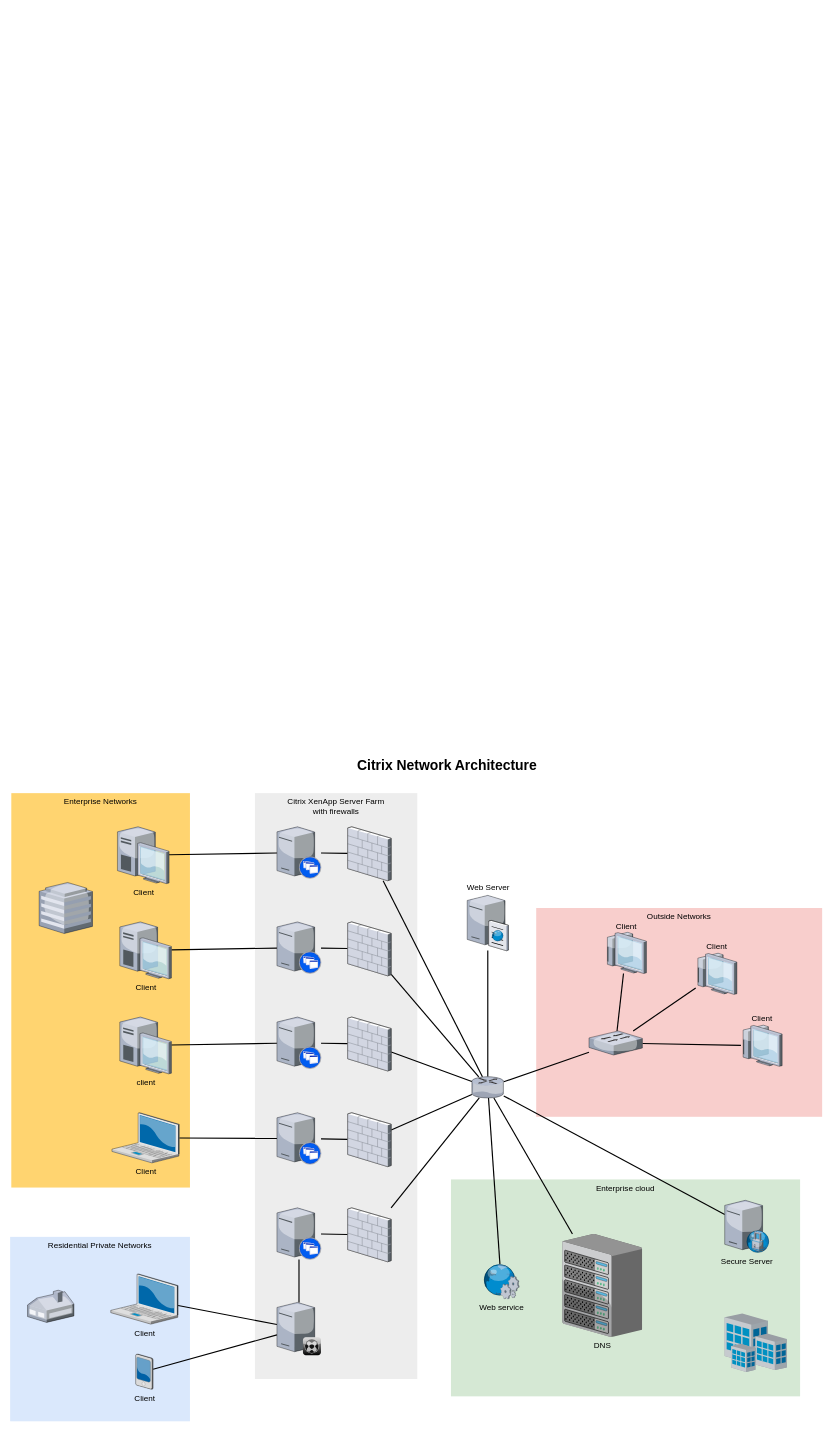
Above: 未命名绘图.drawio in weirhp/coderbar (draw.io), before the change. Source tidied: cells renumbered, new cells numbered last; positions are measured from the earlier drawing's top-left corner, leaving out a move shared by most shapes. Both pictures are drawn from the tidied source at 58%, with x=0, y=0 at pixel (10, 753).
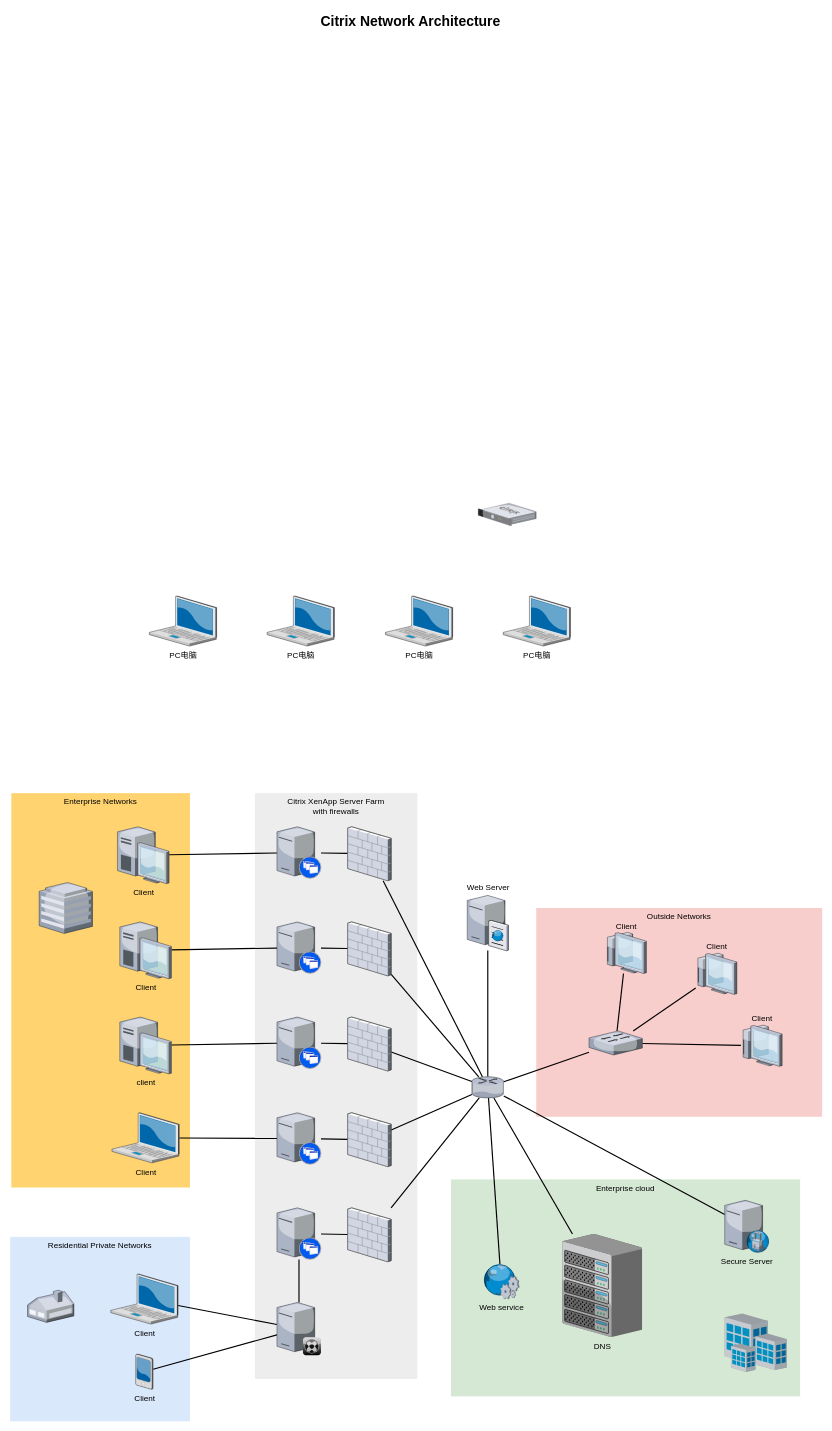
Above is the later version.

Diff of the diagram source:
```diff
@@
     <mxCell id="61" value="Citrix Network Architecture" style="text;strokeColor=none;fillColor=none;html=1;fontSize=24;fontStyle=1;verticalAlign=middle;align=center;" parent="1" vertex="1">
-      <mxGeometry x="322" width="861" height="40" as="geometry" />
+      <mxGeometry x="259" y="-1282" width="861" height="40" as="geometry" />
     </mxCell>
+    <mxCell id="62" value="PC电脑" style="verticalLabelPosition=bottom;html=1;verticalAlign=top;strokeColor=none;shape=mxgraph.citrix.laptop_2;fillColor=#66B2FF;gradientColor=#0066CC;fontSize=14;" parent="1" vertex="1">
+      <mxGeometry x="240" y="-272" width="116" height="86.5" as="geometry" />
+    </mxCell>
+    <mxCell id="63" value="PC电脑" style="verticalLabelPosition=bottom;html=1;verticalAlign=top;strokeColor=none;shape=mxgraph.citrix.laptop_2;fillColor=#66B2FF;gradientColor=#0066CC;fontSize=14;" parent="1" vertex="1">
+      <mxGeometry x="443" y="-272" width="116" height="86.5" as="geometry" />
+    </mxCell>
+    <mxCell id="64" value="PC电脑" style="verticalLabelPosition=bottom;html=1;verticalAlign=top;strokeColor=none;shape=mxgraph.citrix.laptop_2;fillColor=#66B2FF;gradientColor=#0066CC;fontSize=14;" parent="1" vertex="1">
+      <mxGeometry x="647" y="-272" width="116" height="86.5" as="geometry" />
+    </mxCell>
+    <mxCell id="65" value="PC电脑" style="verticalLabelPosition=bottom;html=1;verticalAlign=top;strokeColor=none;shape=mxgraph.citrix.laptop_2;fillColor=#66B2FF;gradientColor=#0066CC;fontSize=14;" parent="1" vertex="1">
+      <mxGeometry x="850" y="-272" width="116" height="86.5" as="geometry" />
+    </mxCell>
+    <mxCell id="66" style="verticalLabelPosition=bottom;sketch=0;html=1;verticalAlign=top;strokeColor=none;align=center;shape=mxgraph.citrix.netscaler_gateway;" parent="1" vertex="1">
+      <mxGeometry x="807" y="-432" width="100" height="39" as="geometry" />
+    </mxCell>
```
